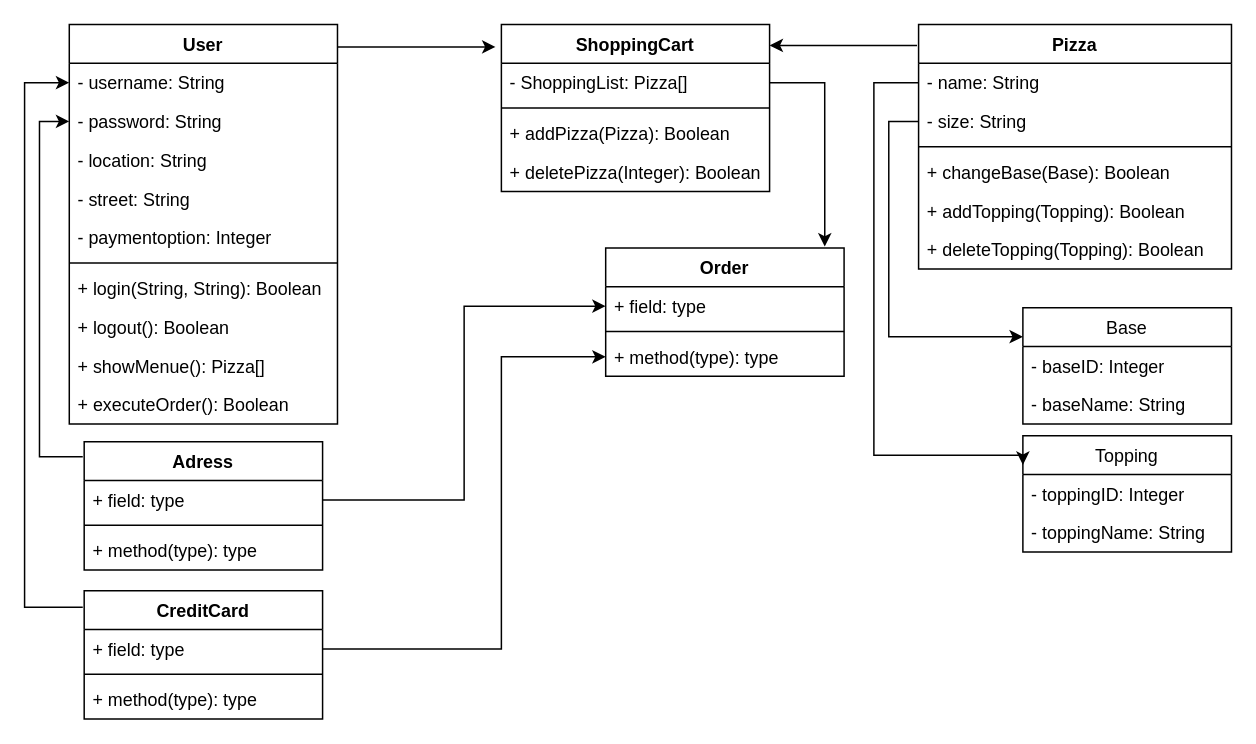
BlackFox1197/sdi keeps this draw.io diagram as Task 1/pizza_class_diagramm.drawio. Above is the earlier version. Source tidied: cells renumbered, new cells numbered last; positions are measured from the earlier drawing's top-left corner, leaving out a move shared by most shapes. Both pictures are drawn from the tidied source at 149%, with x=0, y=0 at pixel (24, 24).
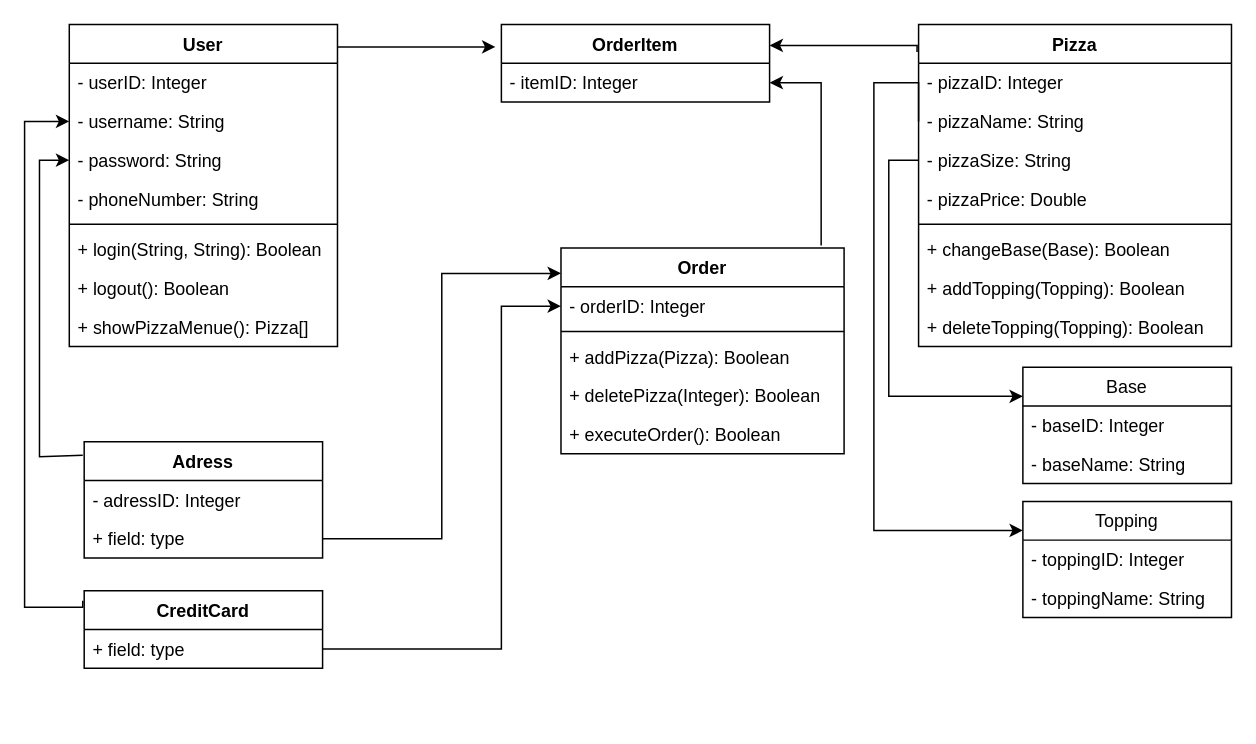
Above is the later version.

Unchanged cells that the change refers to:
```xml
<mxCell id="42" value="+ field: type" style="text;strokeColor=none;fillColor=none;align=left;verticalAlign=top;spacingLeft=4;spacingRight=4;overflow=hidden;points=[[0,0.5],[1,0.5]];portConstraint=eastwest;" parent="41" vertex="1">
  <mxGeometry y="26" width="160" height="26" as="geometry" />
</mxCell>
```

Change to the diagram source:
```diff
@@
     <mxCell id="2" value="User" style="swimlane;fontStyle=1;align=center;verticalAlign=top;horizontal=1;startSize=26;" parent="1" vertex="1">
-      <mxGeometry x="30" width="180" height="268" as="geometry" />
+      <mxGeometry x="30" width="180" height="216" as="geometry" />
     </mxCell>
+    <mxCell id="7" value="- userID: Integer" style="text;strokeColor=none;fillColor=none;align=left;verticalAlign=top;spacingLeft=4;spacingRight=4;overflow=hidden;" parent="2" vertex="1">
+      <mxGeometry y="26" width="180" height="26" as="geometry" />
+    </mxCell>
     <mxCell id="3" value="- username: String" style="text;strokeColor=none;fillColor=none;align=left;verticalAlign=top;spacingLeft=4;spacingRight=4;overflow=hidden;points=[[0,0.5],[1,0.5]];portConstraint=eastwest;" parent="2" vertex="1">
-      <mxGeometry y="26" width="180" height="26" as="geometry" />
+      <mxGeometry y="52" width="180" height="26" as="geometry" />
     </mxCell>
     <mxCell id="4" value="- password: String" style="text;strokeColor=none;fillColor=none;align=left;verticalAlign=top;spacingLeft=4;spacingRight=4;overflow=hidden;points=[[0,0.5],[1,0.5]];portConstraint=eastwest;" parent="2" vertex="1">
-      <mxGeometry y="52" width="180" height="26" as="geometry" />
+      <mxGeometry y="78" width="180" height="26" as="geometry" />
     </mxCell>
-    <mxCell id="5" value="- location: String" style="text;strokeColor=none;fillColor=none;align=left;verticalAlign=top;spacingLeft=4;spacingRight=4;overflow=hidden;" parent="2" vertex="1">
-      <mxGeometry y="78" width="180" height="26" as="geometry" />
-    </mxCell>
-    <mxCell id="6" value="- street: String" style="text;strokeColor=none;fillColor=none;align=left;verticalAlign=top;spacingLeft=4;spacingRight=4;overflow=hidden;" parent="2" vertex="1">
-      <mxGeometry y="104" width="180" height="26" as="geometry" />
-    </mxCell>
-    <mxCell id="7" value="- paymentoption: Integer" style="text;strokeColor=none;fillColor=none;align=left;verticalAlign=top;spacingLeft=4;spacingRight=4;overflow=hidden;" parent="2" vertex="1">
-      <mxGeometry y="130" width="180" height="26" as="geometry" />
-    </mxCell>
+    <mxCell id="52" value="- phoneNumber: String" style="text;strokeColor=none;fillColor=none;align=left;verticalAlign=top;spacingLeft=4;spacingRight=4;overflow=hidden;" parent="2" vertex="1">
+      <mxGeometry y="104" width="180" height="26" as="geometry" />
+    </mxCell>
     <mxCell id="8" style="line;strokeWidth=1;fillColor=none;align=left;verticalAlign=middle;spacingTop=-1;spacingLeft=3;spacingRight=3;labelPosition=right;" parent="2" vertex="1">
-      <mxGeometry y="156" width="180" height="8" as="geometry" />
+      <mxGeometry y="130" width="180" height="8" as="geometry" />
     </mxCell>
     <mxCell id="9" value="+ login(String, String): Boolean" style="text;strokeColor=none;fillColor=none;align=left;verticalAlign=top;spacingLeft=4;spacingRight=4;overflow=hidden;" parent="2" vertex="1">
-      <mxGeometry y="164" width="180" height="26" as="geometry" />
+      <mxGeometry y="138" width="180" height="26" as="geometry" />
     </mxCell>
     <mxCell id="10" value="+ logout(): Boolean" style="text;strokeColor=none;fillColor=none;align=left;verticalAlign=top;spacingLeft=4;spacingRight=4;overflow=hidden;" parent="2" vertex="1">
-      <mxGeometry y="190" width="180" height="26" as="geometry" />
+      <mxGeometry y="164" width="180" height="26" as="geometry" />
     </mxCell>
-    <mxCell id="11" value="+ showMenue(): Pizza[]" style="text;strokeColor=none;fillColor=none;align=left;verticalAlign=top;spacingLeft=4;spacingRight=4;overflow=hidden;" parent="2" vertex="1">
-      <mxGeometry y="216" width="180" height="26" as="geometry" />
+    <mxCell id="11" value="+ showPizzaMenue(): Pizza[]" style="text;strokeColor=none;fillColor=none;align=left;verticalAlign=top;spacingLeft=4;spacingRight=4;overflow=hidden;" parent="2" vertex="1">
+      <mxGeometry y="190" width="180" height="26" as="geometry" />
     </mxCell>
-    <mxCell id="12" value="+ executeOrder(): Boolean" style="text;strokeColor=none;fillColor=none;align=left;verticalAlign=top;spacingLeft=4;spacingRight=4;overflow=hidden;" parent="2" vertex="1">
-      <mxGeometry y="242" width="180" height="26" as="geometry" />
-    </mxCell>
-    <mxCell id="13" value="ShoppingCart" style="swimlane;fontStyle=1;align=center;verticalAlign=top;horizontal=1;startSize=26;" parent="1" vertex="1">
-      <mxGeometry x="320" width="180" height="112" as="geometry" />
+    <mxCell id="13" value="OrderItem" style="swimlane;fontStyle=1;align=center;verticalAlign=top;horizontal=1;startSize=26;" parent="1" vertex="1">
+      <mxGeometry x="320" width="180" height="52" as="geometry" />
     </mxCell>
-    <mxCell id="14" value="- ShoppingList: Pizza[]" style="text;strokeColor=none;fillColor=none;align=left;verticalAlign=top;spacingLeft=4;spacingRight=4;overflow=hidden;points=[[0,0.5],[1,0.5]];portConstraint=eastwest;" parent="13" vertex="1">
+    <mxCell id="14" value="- itemID: Integer" style="text;strokeColor=none;fillColor=none;align=left;verticalAlign=top;spacingLeft=4;spacingRight=4;overflow=hidden;points=[[0,0.5],[1,0.5]];portConstraint=eastwest;" parent="13" vertex="1">
       <mxGeometry y="26" width="180" height="26" as="geometry" />
     </mxCell>
-    <mxCell id="15" style="line;strokeWidth=1;fillColor=none;align=left;verticalAlign=middle;spacingTop=-1;spacingLeft=3;spacingRight=3;labelPosition=right;" parent="13" vertex="1">
-      <mxGeometry y="52" width="180" height="8" as="geometry" />
-    </mxCell>
-    <mxCell id="16" value="+ addPizza(Pizza): Boolean" style="text;strokeColor=none;fillColor=none;align=left;verticalAlign=top;spacingLeft=4;spacingRight=4;overflow=hidden;" parent="13" vertex="1">
-      <mxGeometry y="60" width="180" height="26" as="geometry" />
-    </mxCell>
-    <mxCell id="17" value="+ deletePizza(Integer): Boolean" style="text;strokeColor=none;fillColor=none;align=left;verticalAlign=top;spacingLeft=4;spacingRight=4;overflow=hidden;" parent="13" vertex="1">
-      <mxGeometry y="86" width="180" height="26" as="geometry" />
-    </mxCell>
     <mxCell id="18" value="Pizza" style="swimlane;fontStyle=1;align=center;verticalAlign=top;horizontal=1;startSize=26;" parent="1" vertex="1">
-      <mxGeometry x="600" width="210" height="164" as="geometry" />
+      <mxGeometry x="600" width="210" height="216" as="geometry" />
     </mxCell>
+    <mxCell id="53" value="- pizzaID: Integer" style="text;strokeColor=none;fillColor=none;align=left;verticalAlign=top;spacingLeft=4;spacingRight=4;overflow=hidden;" parent="18" vertex="1">
+      <mxGeometry y="26" width="210" height="26" as="geometry" />
+    </mxCell>
-    <mxCell id="19" value="- name: String" style="text;strokeColor=none;fillColor=none;align=left;verticalAlign=top;spacingLeft=4;spacingRight=4;overflow=hidden;points=[[0,0.5],[1,0.5]];portConstraint=eastwest;" parent="18" vertex="1">
-      <mxGeometry y="26" width="210" height="26" as="geometry" />
+    <mxCell id="19" value="- pizzaName: String" style="text;strokeColor=none;fillColor=none;align=left;verticalAlign=top;spacingLeft=4;spacingRight=4;overflow=hidden;points=[[0,0.5],[1,0.5]];portConstraint=eastwest;" parent="18" vertex="1">
+      <mxGeometry y="52" width="210" height="26" as="geometry" />
     </mxCell>
-    <mxCell id="20" value="- size: String" style="text;strokeColor=none;fillColor=none;align=left;verticalAlign=top;spacingLeft=4;spacingRight=4;overflow=hidden;points=[[0,0.5],[1,0.5]];portConstraint=eastwest;" parent="18" vertex="1">
-      <mxGeometry y="52" width="210" height="26" as="geometry" />
+    <mxCell id="20" value="- pizzaSize: String" style="text;strokeColor=none;fillColor=none;align=left;verticalAlign=top;spacingLeft=4;spacingRight=4;overflow=hidden;points=[[0,0.5],[1,0.5]];portConstraint=eastwest;" parent="18" vertex="1">
+      <mxGeometry y="78" width="210" height="26" as="geometry" />
     </mxCell>
+    <mxCell id="54" value="- pizzaPrice: Double" style="text;strokeColor=none;fillColor=none;align=left;verticalAlign=top;spacingLeft=4;spacingRight=4;overflow=hidden;" parent="18" vertex="1">
+      <mxGeometry y="104" width="210" height="26" as="geometry" />
+    </mxCell>
     <mxCell id="21" style="line;strokeWidth=1;fillColor=none;align=left;verticalAlign=middle;spacingTop=-1;spacingLeft=3;spacingRight=3;labelPosition=right;" parent="18" vertex="1">
-      <mxGeometry y="78" width="210" height="8" as="geometry" />
+      <mxGeometry y="130" width="210" height="8" as="geometry" />
     </mxCell>
     <mxCell id="22" value="+ changeBase(Base): Boolean" style="text;strokeColor=none;fillColor=none;align=left;verticalAlign=top;spacingLeft=4;spacingRight=4;overflow=hidden;" parent="18" vertex="1">
-      <mxGeometry y="86" width="210" height="26" as="geometry" />
+      <mxGeometry y="138" width="210" height="26" as="geometry" />
     </mxCell>
     <mxCell id="23" value="+ addTopping(Topping): Boolean" style="text;strokeColor=none;fillColor=none;align=left;verticalAlign=top;spacingLeft=4;spacingRight=4;overflow=hidden;" parent="18" vertex="1">
-      <mxGeometry y="112" width="210" height="26" as="geometry" />
+      <mxGeometry y="164" width="210" height="26" as="geometry" />
     </mxCell>
     <mxCell id="24" value="+ deleteTopping(Topping): Boolean" style="text;strokeColor=none;fillColor=none;align=left;verticalAlign=top;spacingLeft=4;spacingRight=4;overflow=hidden;" parent="18" vertex="1">
-      <mxGeometry y="138" width="210" height="26" as="geometry" />
+      <mxGeometry y="190" width="210" height="26" as="geometry" />
     </mxCell>
     <mxCell id="25" value="Base" style="swimlane;fontStyle=0;horizontal=1;startSize=26;fillColor=none;" parent="1" vertex="1">
-      <mxGeometry x="670" y="190" width="140" height="78" as="geometry" />
+      <mxGeometry x="670" y="230" width="140" height="78" as="geometry" />
     </mxCell>
@@
     <mxCell id="28" value="Topping" style="swimlane;fontStyle=0;horizontal=1;startSize=26;fillColor=none;" parent="1" vertex="1">
-      <mxGeometry x="670" y="276" width="140" height="78" as="geometry" />
+      <mxGeometry x="670" y="320" width="140" height="78" as="geometry" />
     </mxCell>
@@
     <mxCell id="32" style="edgeStyle=orthogonalEdgeStyle;rounded=0;jettySize=auto;html=1;exitX=0;exitY=0.5;exitDx=0;exitDy=0;entryX=0;entryY=0.25;entryDx=0;entryDy=0;" parent="1" edge="1" source="19" target="28">
       <mxGeometry relative="1" as="geometry">
         <Array as="points">
+          <mxPoint x="600" y="39" />
           <mxPoint x="570" y="39" />
-          <mxPoint x="570" y="289" />
+          <mxPoint x="570" y="340" />
         </Array>
       </mxGeometry>
     </mxCell>
     <mxCell id="33" value="Order" style="swimlane;fontStyle=1;align=center;verticalAlign=top;horizontal=1;startSize=26;" parent="1" vertex="1">
-      <mxGeometry x="390" y="150" width="160" height="86" as="geometry" />
+      <mxGeometry x="360" y="150" width="190" height="138" as="geometry" />
     </mxCell>
-    <mxCell id="34" value="+ field: type" style="text;strokeColor=none;fillColor=none;align=left;verticalAlign=top;spacingLeft=4;spacingRight=4;overflow=hidden;points=[[0,0.5],[1,0.5]];portConstraint=eastwest;" parent="33" vertex="1">
-      <mxGeometry y="26" width="160" height="26" as="geometry" />
+    <mxCell id="34" value="- orderID: Integer" style="text;strokeColor=none;fillColor=none;align=left;verticalAlign=top;spacingLeft=4;spacingRight=4;overflow=hidden;points=[[0,0.5],[1,0.5]];portConstraint=eastwest;" parent="33" vertex="1">
+      <mxGeometry y="26" width="190" height="26" as="geometry" />
     </mxCell>
     <mxCell id="35" style="line;strokeWidth=1;fillColor=none;align=left;verticalAlign=middle;spacingTop=-1;spacingLeft=3;spacingRight=3;labelPosition=right;" parent="33" vertex="1">
-      <mxGeometry y="52" width="160" height="8" as="geometry" />
+      <mxGeometry y="52" width="190" height="8" as="geometry" />
     </mxCell>
-    <mxCell id="36" value="+ method(type): type" style="text;strokeColor=none;fillColor=none;align=left;verticalAlign=top;spacingLeft=4;spacingRight=4;overflow=hidden;points=[[0,0.5],[1,0.5]];portConstraint=eastwest;" parent="33" vertex="1">
-      <mxGeometry y="60" width="160" height="26" as="geometry" />
-    </mxCell>
+    <mxCell id="16" value="+ addPizza(Pizza): Boolean" style="text;strokeColor=none;fillColor=none;align=left;verticalAlign=top;spacingLeft=4;spacingRight=4;overflow=hidden;" parent="33" vertex="1">
+      <mxGeometry y="60" width="190" height="26" as="geometry" />
+    </mxCell>
+    <mxCell id="17" value="+ deletePizza(Integer): Boolean" style="text;strokeColor=none;fillColor=none;align=left;verticalAlign=top;spacingLeft=4;spacingRight=4;overflow=hidden;" parent="33" vertex="1">
+      <mxGeometry y="86" width="190" height="26" as="geometry" />
+    </mxCell>
+    <mxCell id="12" value="+ executeOrder(): Boolean" style="text;strokeColor=none;fillColor=none;align=left;verticalAlign=top;spacingLeft=4;spacingRight=4;overflow=hidden;" parent="33" vertex="1">
+      <mxGeometry y="112" width="190" height="26" as="geometry" />
+    </mxCell>
     <mxCell id="37" value="Adress" style="swimlane;fontStyle=1;align=center;verticalAlign=top;horizontal=1;startSize=26;" parent="1" vertex="1">
-      <mxGeometry x="40" y="280" width="160" height="86" as="geometry" />
+      <mxGeometry x="40" y="280" width="160" height="78" as="geometry" />
     </mxCell>
+    <mxCell id="55" value="- adressID: Integer" style="text;strokeColor=none;fillColor=none;align=left;verticalAlign=top;spacingLeft=4;spacingRight=4;overflow=hidden;" parent="37" vertex="1">
+      <mxGeometry y="26" width="160" height="26" as="geometry" />
+    </mxCell>
     <mxCell id="38" value="+ field: type" style="text;strokeColor=none;fillColor=none;align=left;verticalAlign=top;spacingLeft=4;spacingRight=4;overflow=hidden;points=[[0,0.5],[1,0.5]];portConstraint=eastwest;" parent="37" vertex="1">
-      <mxGeometry y="26" width="160" height="26" as="geometry" />
+      <mxGeometry y="52" width="160" height="26" as="geometry" />
     </mxCell>
-    <mxCell id="39" style="line;strokeWidth=1;fillColor=none;align=left;verticalAlign=middle;spacingTop=-1;spacingLeft=3;spacingRight=3;labelPosition=right;" parent="37" vertex="1">
-      <mxGeometry y="52" width="160" height="8" as="geometry" />
-    </mxCell>
-    <mxCell id="40" value="+ method(type): type" style="text;strokeColor=none;fillColor=none;align=left;verticalAlign=top;spacingLeft=4;spacingRight=4;overflow=hidden;" parent="37" vertex="1">
-      <mxGeometry y="60" width="160" height="26" as="geometry" />
-    </mxCell>
     <mxCell id="41" value="CreditCard" style="swimlane;fontStyle=1;align=center;verticalAlign=top;horizontal=1;startSize=26;" parent="1" vertex="1">
-      <mxGeometry x="40" y="380" width="160" height="86" as="geometry" />
+      <mxGeometry x="40" y="380" width="160" height="52" as="geometry" />
     </mxCell>
@@
-    <mxCell id="43" style="line;strokeWidth=1;fillColor=none;align=left;verticalAlign=middle;spacingTop=-1;spacingLeft=3;spacingRight=3;labelPosition=right;" parent="41" vertex="1">
-      <mxGeometry y="52" width="160" height="8" as="geometry" />
-    </mxCell>
-    <mxCell id="44" value="+ method(type): type" style="text;strokeColor=none;fillColor=none;align=left;verticalAlign=top;spacingLeft=4;spacingRight=4;overflow=hidden;" parent="41" vertex="1">
-      <mxGeometry y="60" width="160" height="26" as="geometry" />
-    </mxCell>
-    <mxCell id="45" style="edgeStyle=orthogonalEdgeStyle;rounded=0;jettySize=auto;html=1;exitX=1;exitY=0.5;exitDx=0;exitDy=0;entryX=0.919;entryY=-0.012;entryDx=0;entryDy=0;entryPerimeter=0;" parent="1" edge="1" source="14" target="33">
+    <mxCell id="45" style="edgeStyle=orthogonalEdgeStyle;rounded=0;jettySize=auto;html=1;exitX=0.919;exitY=-0.012;exitDx=0;exitDy=0;entryX=1;entryY=0.5;entryDx=0;entryDy=0;exitPerimeter=0;" parent="1" edge="1" source="33" target="14">
       <mxGeometry relative="1" as="geometry" />
     </mxCell>
     <mxCell id="46" style="edgeStyle=orthogonalEdgeStyle;rounded=0;jettySize=auto;html=1;exitX=-0.006;exitY=0.116;exitDx=0;exitDy=0;entryX=0;entryY=0.5;entryDx=0;entryDy=0;exitPerimeter=0;" parent="1" edge="1" source="37" target="4">
       <mxGeometry relative="1" as="geometry">
         <Array as="points">
           <mxPoint x="10" y="290" />
-          <mxPoint x="10" y="65" />
+          <mxPoint x="10" y="91" />
         </Array>
       </mxGeometry>
     </mxCell>
-    <mxCell id="47" style="edgeStyle=orthogonalEdgeStyle;rounded=0;jettySize=auto;html=1;entryX=-0.022;entryY=0.134;entryDx=0;entryDy=0;entryPerimeter=0;" parent="1" edge="1" target="13">
+    <mxCell id="47" style="edgeStyle=orthogonalEdgeStyle;rounded=0;orthogonalLoop=1;jettySize=auto;html=1;" parent="1" edge="1">
       <mxGeometry relative="1" as="geometry">
         <mxPoint x="210" y="15" as="sourcePoint" />
+        <mxPoint x="316" y="15" as="targetPoint" />
         <Array as="points">
           <mxPoint x="210" y="15" />
         </Array>
       </mxGeometry>
     </mxCell>
     <mxCell id="48" style="edgeStyle=orthogonalEdgeStyle;rounded=0;jettySize=auto;html=1;exitX=-0.006;exitY=0.128;exitDx=0;exitDy=0;entryX=0;entryY=0.5;entryDx=0;entryDy=0;exitPerimeter=0;" parent="1" edge="1" source="41" target="3">
       <mxGeometry relative="1" as="geometry">
         <Array as="points">
+          <mxPoint x="39" y="391" />
           <mxPoint y="391" />
-          <mxPoint y="39" />
+          <mxPoint y="65" />
         </Array>
       </mxGeometry>
     </mxCell>
@@
-    <mxCell id="50" style="edgeStyle=orthogonalEdgeStyle;rounded=0;jettySize=auto;html=1;exitX=1;exitY=0.5;exitDx=0;exitDy=0;entryX=0;entryY=0.5;entryDx=0;entryDy=0;" parent="1" edge="1" source="38" target="34">
+    <mxCell id="50" style="edgeStyle=orthogonalEdgeStyle;rounded=0;jettySize=auto;html=1;exitX=1;exitY=0.5;exitDx=0;exitDy=0;entryX=0;entryY=0.123;entryDx=0;entryDy=0;entryPerimeter=0;" parent="1" edge="1" source="38" target="33">
       <mxGeometry relative="1" as="geometry" />
     </mxCell>
-    <mxCell id="51" style="edgeStyle=orthogonalEdgeStyle;rounded=0;jettySize=auto;html=1;exitX=1;exitY=0.5;exitDx=0;exitDy=0;entryX=0;entryY=0.5;entryDx=0;entryDy=0;" parent="1" edge="1" source="42" target="36">
+    <mxCell id="51" style="edgeStyle=orthogonalEdgeStyle;rounded=0;jettySize=auto;html=1;exitX=1;exitY=0.5;exitDx=0;exitDy=0;entryX=0;entryY=0.5;entryDx=0;entryDy=0;" parent="1" edge="1" source="42" target="34">
       <mxGeometry relative="1" as="geometry">
         <Array as="points">
           <mxPoint x="320" y="419" />
-          <mxPoint x="320" y="223" />
+          <mxPoint x="320" y="189" />
         </Array>
       </mxGeometry>
     </mxCell>
```
